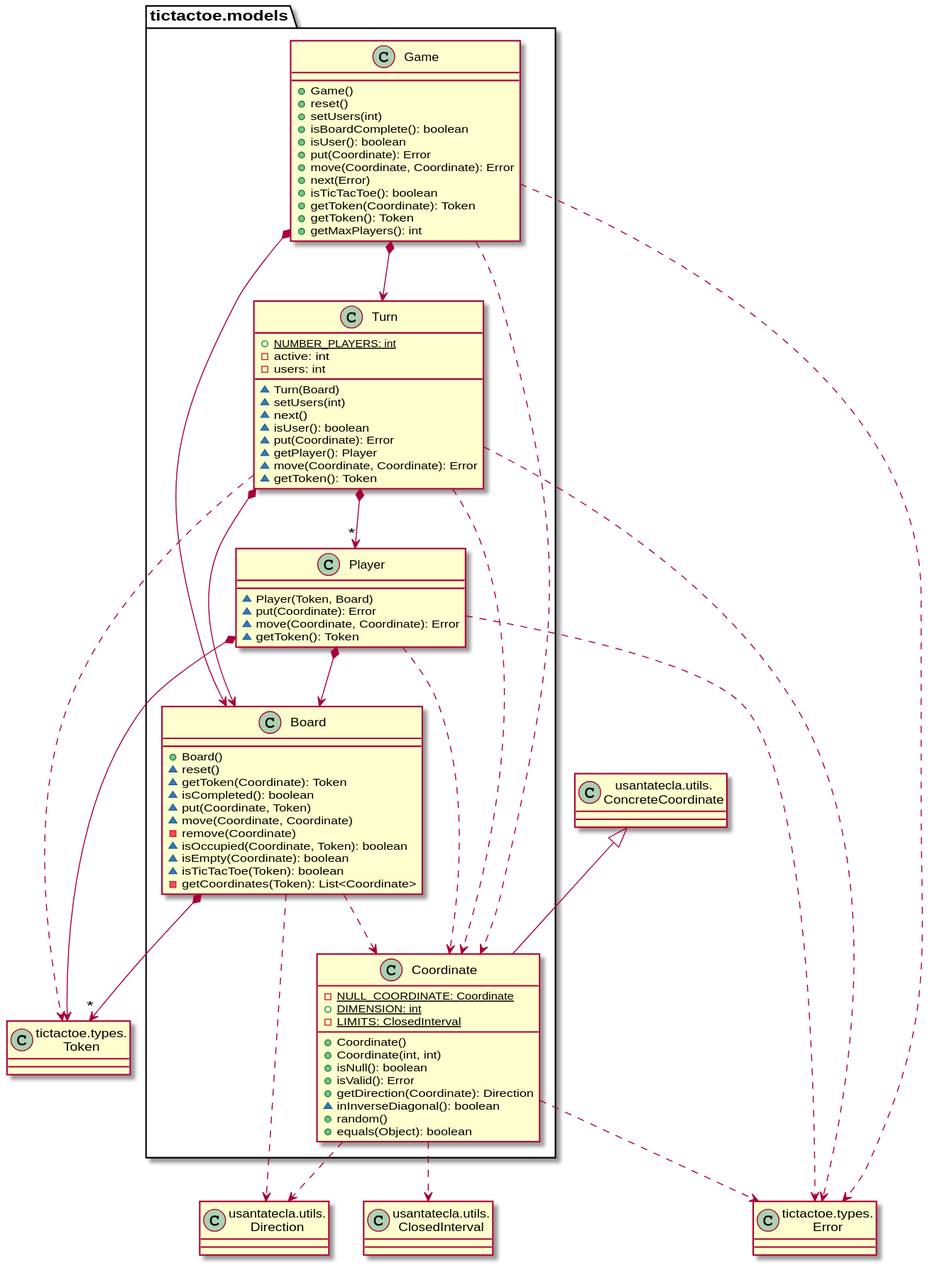
This is modelViewPresenter/presentationModel/basic/docs/diagrams/out/paquetes/paqueteTicTacToeModels.svg from Jolucaa/USantaTecla-project-ticTacToe, a PlantUML export, as it was before one commit.
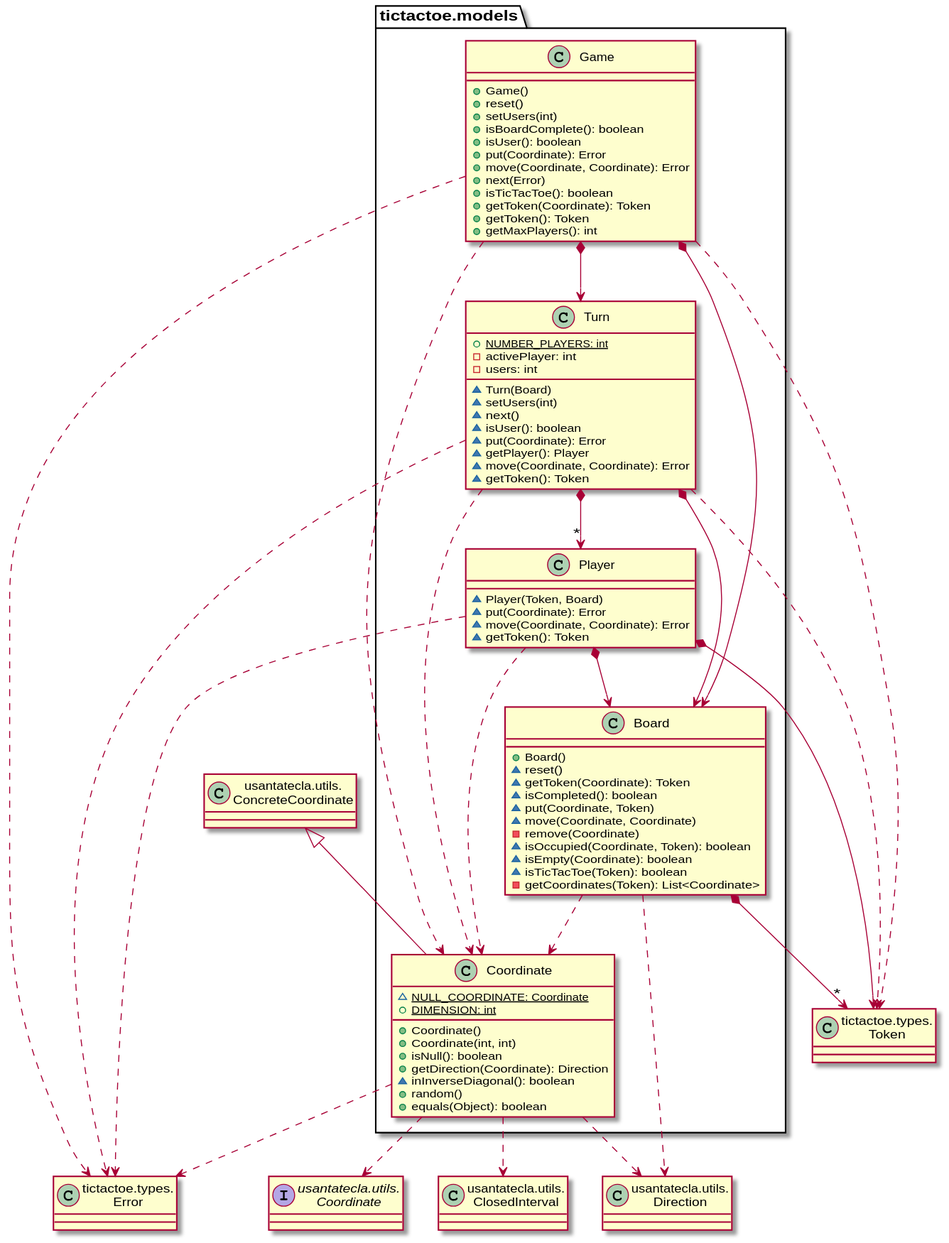
After the commit.

Diff of the diagram source:
```diff
@@ -1,22 +1,23 @@
 @startuml
-class ClosedInterval as "usantatecla.utils.\nClosedInterval" {}
-class ConcreteCoordinate as "usantatecla.utils.\nConcreteCoordinate" {}
-class Direction as "usantatecla.utils.\nDirection" {}
-class Error as "tictactoe.types.\nError" {}
-class Token as "tictactoe.types.\nToken" {}
+class Token as "tictactoe.types.\nToken"
+class Error as "tictactoe.types.\nError"
+class ClosedInterval as "usantatecla.utils.\nClosedInterval"
+class ConcreteCoordinate as "usantatecla.utils.\nConcreteCoordinate"
+class Direction as "usantatecla.utils.\nDirection"
+interface Coordinate as "usantatecla.utils.\nCoordinate"
 
 class  tictactoe.models.Board{
-+ Board()
-~ reset()
-~ getToken(Coordinate): Token
-~ isCompleted(): boolean
-~ put(Coordinate, Token)
-~ move(Coordinate, Coordinate)
-- remove(Coordinate)
-~ isOccupied(Coordinate, Token): boolean
-~ isEmpty(Coordinate): boolean
-~ isTicTacToe(Token): boolean
-- getCoordinates(Token): List<Coordinate>
+  + Board()
+  ~ reset()
+  ~ getToken(Coordinate): Token
+  ~ isCompleted(): boolean
+  ~ put(Coordinate, Token)
+  ~ move(Coordinate, Coordinate)
+  - remove(Coordinate)
+  ~ isOccupied(Coordinate, Token): boolean
+  ~ isEmpty(Coordinate): boolean
+  ~ isTicTacToe(Token): boolean
+  - getCoordinates(Token): List<Coordinate>
 }
 
 tictactoe.models.Board *-down-> "*" Token
@@ -24,47 +25,47 @@
 tictactoe.models.Board .down.> Direction
 
 class  tictactoe.models.Coordinate{
-- {static} NULL_COORDINATE: Coordinate
-+ {static} DIMENSION: int
-- {static} LIMITS: ClosedInterval
-+ Coordinate()
-+ Coordinate(int, int)
-+ isNull(): boolean
-+ isValid(): Error
-+ getDirection(Coordinate): Direction
-~ inInverseDiagonal(): boolean
-+ random()
-+ equals(Object): boolean
+  ~ {static} NULL_COORDINATE: Coordinate
+  + {static} DIMENSION: int
+  + Coordinate()
+  + Coordinate(int, int)
+  + isNull(): boolean
+  + getDirection(Coordinate): Direction
+  ~ inInverseDiagonal(): boolean
+  + random()
+  + equals(Object): boolean
 }
 ConcreteCoordinate <|-down- tictactoe.models.Coordinate
 tictactoe.models.Coordinate .down.> Error
 tictactoe.models.Coordinate .down.> Direction
+tictactoe.models.Coordinate .down.> Coordinate
 tictactoe.models.Coordinate .down.> ClosedInterval
 
 class  tictactoe.models.Game{
-+ Game()
-+ reset()
-+ setUsers(int)
-+ isBoardComplete(): boolean
-+ isUser(): boolean
-+ put(Coordinate): Error
-+ move(Coordinate, Coordinate): Error
-+ next(Error)
-+ isTicTacToe(): boolean
-+ getToken(Coordinate): Token
-+ getToken(): Token
-+ getMaxPlayers(): int
+  + Game()
+  + reset()
+  + setUsers(int)
+  + isBoardComplete(): boolean
+  + isUser(): boolean
+  + put(Coordinate): Error
+  + move(Coordinate, Coordinate): Error
+  + next(Error)
+  + isTicTacToe(): boolean
+  + getToken(Coordinate): Token
+  + getToken(): Token
+  + getMaxPlayers(): int
 }
 tictactoe.models.Game *-down-> tictactoe.models.Board
 tictactoe.models.Game *-down-> tictactoe.models.Turn
 tictactoe.models.Game .down.> tictactoe.models.Coordinate
 tictactoe.models.Game .down.> Error
+tictactoe.models.Game .down.> Token
 
 class  tictactoe.models.Player{
-~ Player(Token, Board)
-~ put(Coordinate): Error
-~ move(Coordinate, Coordinate): Error
-~ getToken(): Token
+  ~ Player(Token, Board)
+  ~ put(Coordinate): Error
+  ~ move(Coordinate, Coordinate): Error
+  ~ getToken(): Token
 }
 tictactoe.models.Player *-down-> Token
 tictactoe.models.Player *-down-> tictactoe.models.Board
@@ -72,22 +73,22 @@
 tictactoe.models.Player .down.> Error
 
 class  tictactoe.models.Turn{
-+ {static} NUMBER_PLAYERS: int
-- active: int
-- users: int
-~ Turn(Board)
-~ setUsers(int)
-~ next()
-~ isUser(): boolean
-~ put(Coordinate): Error
-~ getPlayer(): Player
-~ move(Coordinate, Coordinate): Error
-~ getToken(): Token
+  + {static} NUMBER_PLAYERS: int
+  - activePlayer: int
+  - users: int
+  ~ Turn(Board)
+  ~ setUsers(int)
+  ~ next()
+  ~ isUser(): boolean
+  ~ put(Coordinate): Error
+  ~ getPlayer(): Player
+  ~ move(Coordinate, Coordinate): Error
+  ~ getToken(): Token
 }
 
 tictactoe.models.Turn *-down-> "*" tictactoe.models.Player
 tictactoe.models.Turn *-down-> tictactoe.models.Board
 tictactoe.models.Turn .down.-> Token
+tictactoe.models.Turn .down.-> Error
 tictactoe.models.Turn .down.-> tictactoe.models.Coordinate
-tictactoe.models.Turn .down.-> Error
 @enduml
```
